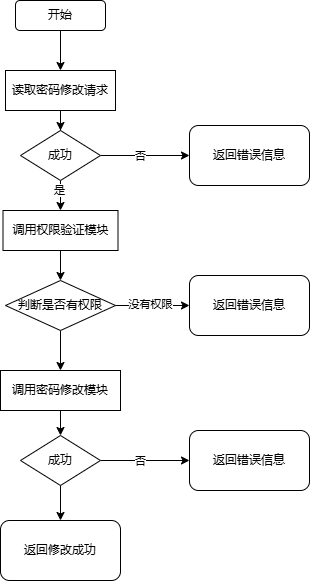
This is 密码修改模块 流程.drawio.png from wefcdse/softeng, a draw.io export, as it was before one commit. Source tidied: cells renumbered, new cells last; positions are measured from the earlier drawing's top-left corner, leaving out a move shared by most shapes. The source it was exported from:
```xml
<mxGraphModel>
  <root>
    <mxCell id="0" />
    <mxCell id="1" parent="0" />
    <mxCell id="2" style="edgeStyle=orthogonalEdgeStyle;rounded=0;jettySize=auto;html=1;" parent="1" edge="1" source="3" target="5">
      <mxGeometry relative="1" as="geometry" />
    </mxCell>
    <mxCell id="3" value="开始" style="rounded=1;whiteSpace=wrap;html=1;" parent="1" vertex="1">
      <mxGeometry x="15" width="90" height="30" as="geometry" />
    </mxCell>
    <mxCell id="4" style="edgeStyle=orthogonalEdgeStyle;rounded=0;jettySize=auto;html=1;" parent="1" edge="1" source="5" target="10">
      <mxGeometry relative="1" as="geometry" />
    </mxCell>
    <mxCell id="5" value="读取密码修改请求" style="rounded=0;whiteSpace=wrap;html=1;" parent="1" vertex="1">
      <mxGeometry x="5" y="70" width="110" height="40" as="geometry" />
    </mxCell>
    <mxCell id="6" style="edgeStyle=orthogonalEdgeStyle;rounded=0;jettySize=auto;html=1;" parent="1" edge="1" source="10" target="11">
      <mxGeometry relative="1" as="geometry" />
    </mxCell>
    <mxCell id="7" value="否" style="edgeLabel;html=1;align=center;verticalAlign=middle;" parent="6" vertex="1">
      <mxGeometry x="-0.13" y="-1" relative="1" as="geometry" />
    </mxCell>
    <mxCell id="8" style="edgeStyle=orthogonalEdgeStyle;rounded=0;jettySize=auto;html=1;" parent="1" edge="1" source="10" target="13">
      <mxGeometry relative="1" as="geometry" />
    </mxCell>
    <mxCell id="9" value="是" style="edgeLabel;html=1;align=center;verticalAlign=middle;" parent="8" vertex="1">
      <mxGeometry x="-0.62" y="-1" relative="1" as="geometry" />
    </mxCell>
    <mxCell id="10" value="成功" style="rhombus;whiteSpace=wrap;html=1;" parent="1" vertex="1">
      <mxGeometry x="20" y="130" width="80" height="50" as="geometry" />
    </mxCell>
    <mxCell id="11" value="返回错误信息" style="rounded=1;whiteSpace=wrap;html=1;" parent="1" vertex="1">
      <mxGeometry x="189" y="125" width="120" height="60" as="geometry" />
    </mxCell>
    <mxCell id="12" style="edgeStyle=orthogonalEdgeStyle;rounded=0;jettySize=auto;html=1;" parent="1" edge="1" source="13" target="17">
      <mxGeometry relative="1" as="geometry" />
    </mxCell>
    <mxCell id="13" value="调用权限验证模块" style="rounded=0;whiteSpace=wrap;html=1;" parent="1" vertex="1">
      <mxGeometry x="2.5" y="210" width="115" height="40" as="geometry" />
    </mxCell>
    <mxCell id="14" style="edgeStyle=orthogonalEdgeStyle;rounded=0;jettySize=auto;html=1;" parent="1" edge="1" source="17" target="18">
      <mxGeometry relative="1" as="geometry" />
    </mxCell>
    <mxCell id="15" value="没有权限" style="edgeLabel;html=1;align=center;verticalAlign=middle;" parent="14" vertex="1">
      <mxGeometry x="-0.05" y="1" relative="1" as="geometry" />
    </mxCell>
    <mxCell id="16" style="edgeStyle=orthogonalEdgeStyle;rounded=0;jettySize=auto;html=1;" parent="1" edge="1" source="17" target="20">
      <mxGeometry relative="1" as="geometry" />
    </mxCell>
    <mxCell id="17" value="判断是否有权限" style="rhombus;whiteSpace=wrap;html=1;" parent="1" vertex="1">
      <mxGeometry x="5" y="280" width="110" height="50" as="geometry" />
    </mxCell>
    <mxCell id="18" value="返回错误信息" style="rounded=1;whiteSpace=wrap;html=1;" parent="1" vertex="1">
      <mxGeometry x="189" y="275" width="120" height="60" as="geometry" />
    </mxCell>
    <mxCell id="19" style="edgeStyle=orthogonalEdgeStyle;rounded=0;jettySize=auto;html=1;" parent="1" edge="1" source="20" target="24">
      <mxGeometry relative="1" as="geometry" />
    </mxCell>
    <mxCell id="20" value="调用密码修改模块" style="rounded=0;whiteSpace=wrap;html=1;" parent="1" vertex="1">
      <mxGeometry y="370" width="120" height="40" as="geometry" />
    </mxCell>
    <mxCell id="21" style="edgeStyle=orthogonalEdgeStyle;rounded=0;jettySize=auto;html=1;" parent="1" edge="1" source="24" target="25">
      <mxGeometry relative="1" as="geometry" />
    </mxCell>
    <mxCell id="22" value="否" style="edgeLabel;html=1;align=center;verticalAlign=middle;" parent="21" vertex="1">
      <mxGeometry x="-0.13" y="-1" relative="1" as="geometry" />
    </mxCell>
    <mxCell id="23" style="edgeStyle=orthogonalEdgeStyle;rounded=0;jettySize=auto;html=1;" parent="1" edge="1" source="24" target="26">
      <mxGeometry relative="1" as="geometry" />
    </mxCell>
    <mxCell id="24" value="成功" style="rhombus;whiteSpace=wrap;html=1;" parent="1" vertex="1">
      <mxGeometry x="20" y="435" width="80" height="50" as="geometry" />
    </mxCell>
    <mxCell id="25" value="返回错误信息" style="rounded=1;whiteSpace=wrap;html=1;" parent="1" vertex="1">
      <mxGeometry x="189" y="430" width="120" height="60" as="geometry" />
    </mxCell>
    <mxCell id="26" value="返回修改成功" style="rounded=1;whiteSpace=wrap;html=1;" parent="1" vertex="1">
      <mxGeometry y="520" width="120" height="60" as="geometry" />
    </mxCell>
  </root>
</mxGraphModel>
```
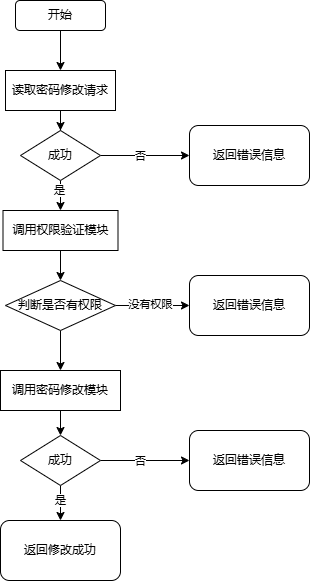
Later version of the same file.

Commit message:
更新密码修改模块 流程.drawio.png

Diff of the diagram source:
```diff
@@ -68,6 +68,9 @@
     <mxCell id="23" style="edgeStyle=orthogonalEdgeStyle;rounded=0;jettySize=auto;html=1;" parent="1" edge="1" source="24" target="26">
       <mxGeometry relative="1" as="geometry" />
     </mxCell>
+    <mxCell id="27" value="是" style="edgeLabel;html=1;align=center;verticalAlign=middle;" parent="23" vertex="1">
+      <mxGeometry x="-0.34" relative="1" as="geometry" />
+    </mxCell>
     <mxCell id="24" value="成功" style="rhombus;whiteSpace=wrap;html=1;" parent="1" vertex="1">
       <mxGeometry x="20" y="435" width="80" height="50" as="geometry" />
     </mxCell>
```
